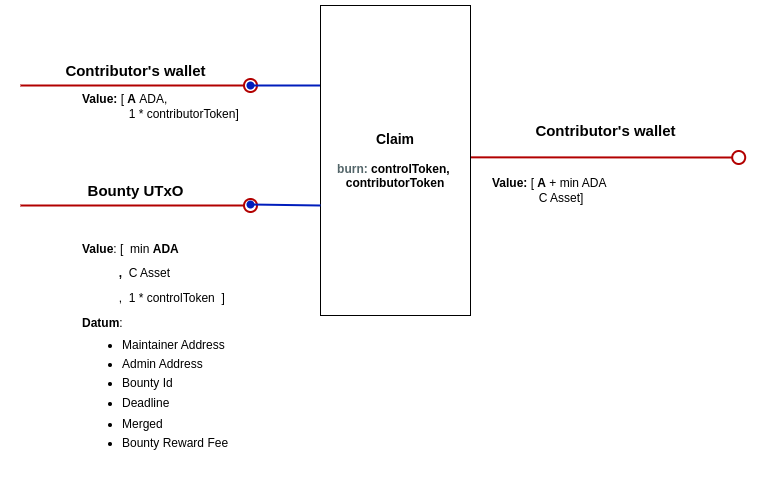
Before: docs/img/claim.png, a diagram exported from draw.io (githoney-io/githoney-smart-contract). Source tidied: cells renumbered, new cells last; positions are measured from the earlier drawing's top-left corner, leaving out a move shared by most shapes. Its diagram source:
```xml
<mxGraphModel>
  <root>
    <mxCell id="0" />
    <mxCell id="1" parent="0" />
    <mxCell id="2" style="endArrow=oval;html=1;rounded=0;strokeWidth=2;fillColor=#e51400;strokeColor=#B20000;startArrow=none;startFill=0;endFill=0;endSize=13;" parent="1" edge="1">
      <mxGeometry relative="1" as="geometry">
        <mxPoint y="80" as="sourcePoint" />
        <mxPoint x="230" y="80" as="targetPoint" />
      </mxGeometry>
    </mxCell>
    <mxCell id="3" style="endArrow=oval;html=1;rounded=0;fillColor=#0050ef;strokeColor=#001DBC;shadow=0;strokeWidth=2;startArrow=none;startFill=0;endFill=1;endSize=6;" parent="1" edge="1">
      <mxGeometry relative="1" as="geometry">
        <mxPoint x="350" y="80" as="sourcePoint" />
        <mxPoint x="230" y="80" as="targetPoint" />
      </mxGeometry>
    </mxCell>
    <mxCell id="4" value="&lt;b&gt;Value: &lt;/b&gt;[&lt;b&gt;&amp;nbsp;A&lt;/b&gt;&amp;nbsp;ADA,&lt;div&gt;&lt;span style=&quot;white-space: pre;&quot;&gt;&#9;&lt;/span&gt;&amp;nbsp; &amp;nbsp; &amp;nbsp; 1 * contributorToken]&lt;/div&gt;" style="text;html=1;strokeColor=none;fillColor=none;align=left;verticalAlign=middle;whiteSpace=wrap;rounded=0;" parent="1" vertex="1">
      <mxGeometry x="60" y="80" width="174" height="41" as="geometry" />
    </mxCell>
    <mxCell id="5" style="endArrow=oval;html=1;rounded=0;strokeWidth=2;fillColor=#e51400;strokeColor=#B20000;startArrow=none;startFill=0;endFill=0;endSize=13;exitX=1.015;exitY=0.384;exitDx=0;exitDy=0;exitPerimeter=0;" parent="1" edge="1">
      <mxGeometry relative="1" as="geometry">
        <mxPoint x="450" y="151.8" as="sourcePoint" />
        <mxPoint x="718.2" y="152" as="targetPoint" />
      </mxGeometry>
    </mxCell>
    <mxCell id="6" value="&lt;font style=&quot;&quot;&gt;&lt;span style=&quot;font-weight: bold; font-size: 14px;&quot;&gt;Claim&lt;br&gt;&lt;/span&gt;&lt;/font&gt;&lt;br&gt;&lt;b&gt;&lt;font color=&quot;#536569&quot;&gt;burn:&amp;nbsp;&lt;/font&gt;controlToken,&amp;nbsp;&lt;br&gt;&lt;/b&gt;&lt;div&gt;&lt;b&gt;contributorToken&lt;/b&gt;&lt;/div&gt;" style="rounded=0;whiteSpace=wrap;html=1;" parent="1" vertex="1">
      <mxGeometry x="300" width="150" height="310" as="geometry" />
    </mxCell>
    <mxCell id="7" value="&lt;font style=&quot;font-size: 15px;&quot;&gt;&lt;b style=&quot;font-size: 12px;&quot;&gt;&lt;font style=&quot;font-size: 15px;&quot;&gt;Contributor's wallet&lt;/font&gt;&lt;/b&gt;&lt;b&gt;&lt;br&gt;&lt;/b&gt;&lt;/font&gt;" style="text;html=1;align=center;verticalAlign=middle;strokeColor=none;fillColor=none;" parent="1" vertex="1">
      <mxGeometry x="35" y="50" width="160" height="30" as="geometry" />
    </mxCell>
    <mxCell id="8" value="&lt;font style=&quot;font-size: 15px;&quot;&gt;&lt;b style=&quot;font-size: 12px;&quot;&gt;&lt;font style=&quot;font-size: 15px;&quot;&gt;Contributor's&lt;/font&gt;&lt;/b&gt;&lt;b style=&quot;font-size: 12px;&quot;&gt;&lt;font style=&quot;font-size: 15px;&quot;&gt;&amp;nbsp;wallet&lt;/font&gt;&lt;/b&gt;&lt;b&gt;&lt;br&gt;&lt;/b&gt;&lt;/font&gt;" style="text;html=1;align=center;verticalAlign=middle;strokeColor=none;fillColor=none;" parent="1" vertex="1">
      <mxGeometry x="505.2" y="110" width="160" height="30" as="geometry" />
    </mxCell>
    <mxCell id="9" style="endArrow=oval;html=1;rounded=0;strokeWidth=2;fillColor=#e51400;strokeColor=#B20000;startArrow=none;startFill=0;endFill=0;endSize=13;" parent="1" edge="1">
      <mxGeometry relative="1" as="geometry">
        <mxPoint y="200" as="sourcePoint" />
        <mxPoint x="230" y="200" as="targetPoint" />
      </mxGeometry>
    </mxCell>
    <mxCell id="10" style="endArrow=oval;html=1;rounded=0;fillColor=#0050ef;strokeColor=#001DBC;shadow=0;strokeWidth=2;startArrow=none;startFill=0;endFill=1;endSize=6;" parent="1" edge="1">
      <mxGeometry relative="1" as="geometry">
        <mxPoint x="300" y="200" as="sourcePoint" />
        <mxPoint x="230" y="199" as="targetPoint" />
      </mxGeometry>
    </mxCell>
    <mxCell id="11" value="&lt;font style=&quot;font-size: 15px;&quot;&gt;&lt;b&gt;Bounty UTxO&lt;/b&gt;&lt;/font&gt;" style="text;html=1;align=center;verticalAlign=middle;strokeColor=none;fillColor=none;" parent="1" vertex="1">
      <mxGeometry x="55" y="170" width="120" height="30" as="geometry" />
    </mxCell>
    <mxCell id="12" value="&lt;p style=&quot;line-height: 100%;&quot;&gt;&lt;b&gt;Value&lt;/b&gt;: [&amp;nbsp; min&lt;b&gt;&amp;nbsp;ADA&lt;/b&gt;&lt;/p&gt;&lt;p style=&quot;line-height: 100%;&quot;&gt;&lt;b&gt;&lt;span style=&quot;white-space: pre;&quot;&gt;&#9;&lt;/span&gt;&amp;nbsp; &amp;nbsp;,&amp;nbsp; &lt;/b&gt;C Asset&lt;br&gt;&lt;/p&gt;&lt;span style=&quot;background-color: initial;&quot;&gt;&amp;nbsp; &amp;nbsp; &amp;nbsp; &amp;nbsp; &amp;nbsp; &amp;nbsp;,&amp;nbsp; 1 * controlToken&lt;/span&gt;&lt;b style=&quot;background-color: initial;&quot;&gt;&amp;nbsp;&amp;nbsp;&lt;/b&gt;&lt;span style=&quot;background-color: initial;&quot;&gt;]&amp;nbsp;&lt;/span&gt;&lt;div&gt;&lt;div&gt;&lt;p style=&quot;line-height: 100%;&quot;&gt;&lt;b&gt;Datum&lt;/b&gt;:&lt;/p&gt;&lt;ul style=&quot;line-height: 80%;&quot;&gt;&lt;li&gt;Maintainer Address&lt;/li&gt;&lt;br&gt;&lt;li&gt;Admin Address&amp;nbsp; &amp;nbsp; &amp;nbsp; &amp;nbsp; &amp;nbsp; &amp;nbsp;&lt;br&gt;&amp;nbsp; &amp;nbsp; &amp;nbsp;&lt;/li&gt;&lt;li&gt;Bounty Id&lt;br&gt;&lt;br&gt;&lt;/li&gt;&lt;li&gt;Deadline&lt;/li&gt;&lt;/ul&gt;&lt;ul style=&quot;line-height: 80%;&quot;&gt;&lt;li&gt;Merged&lt;br&gt;&lt;br&gt;&lt;/li&gt;&lt;li&gt;Bounty Reward Fee&lt;br&gt;&lt;br&gt;&lt;/li&gt;&lt;/ul&gt;&lt;p&gt;&lt;/p&gt;&lt;/div&gt;&lt;/div&gt;" style="text;html=1;strokeColor=none;fillColor=none;align=left;verticalAlign=middle;whiteSpace=wrap;rounded=0;" parent="1" vertex="1">
      <mxGeometry x="60" y="220" width="437.4" height="250" as="geometry" />
    </mxCell>
    <mxCell id="13" value="&lt;b&gt;Value: &lt;/b&gt;[&lt;b&gt;&amp;nbsp;A&lt;/b&gt;&amp;nbsp;+ min ADA&lt;br&gt;&lt;div&gt;&lt;span style=&quot;white-space: pre;&quot;&gt;&#9;&lt;/span&gt;&amp;nbsp; &amp;nbsp; &amp;nbsp; C Asset]&lt;/div&gt;" style="text;html=1;strokeColor=none;fillColor=none;align=left;verticalAlign=middle;whiteSpace=wrap;rounded=0;" parent="1" vertex="1">
      <mxGeometry x="470" y="164.5" width="174" height="41" as="geometry" />
    </mxCell>
  </root>
</mxGraphModel>
```
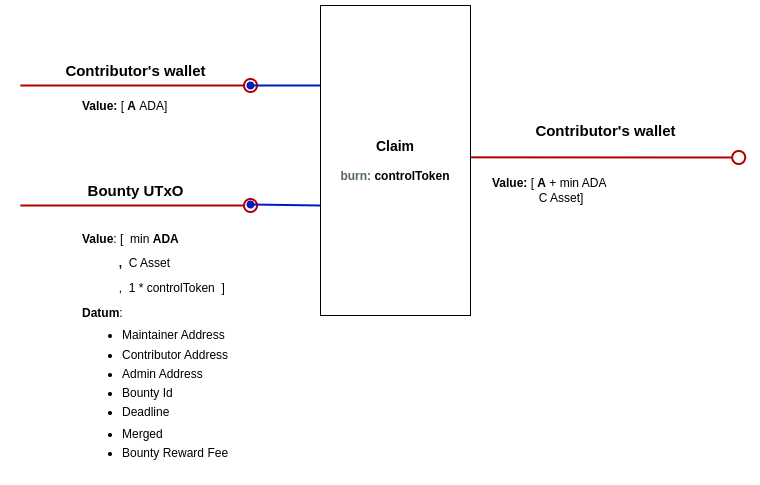
The same file after the commit.

Commit message:
Design with contributor in datum

Diff of the diagram source:
```diff
@@ -14,7 +14,7 @@
         <mxPoint x="230" y="80" as="targetPoint" />
       </mxGeometry>
     </mxCell>
-    <mxCell id="4" value="&lt;b&gt;Value: &lt;/b&gt;[&lt;b&gt;&amp;nbsp;A&lt;/b&gt;&amp;nbsp;ADA,&lt;div&gt;&lt;span style=&quot;white-space: pre;&quot;&gt;&#9;&lt;/span&gt;&amp;nbsp; &amp;nbsp; &amp;nbsp; 1 * contributorToken]&lt;/div&gt;" style="text;html=1;strokeColor=none;fillColor=none;align=left;verticalAlign=middle;whiteSpace=wrap;rounded=0;" parent="1" vertex="1">
+    <mxCell id="4" value="&lt;b&gt;Value: &lt;/b&gt;[&lt;b&gt;&amp;nbsp;A&lt;/b&gt;&amp;nbsp;ADA&lt;span style=&quot;background-color: initial;&quot;&gt;]&lt;/span&gt;" style="text;html=1;strokeColor=none;fillColor=none;align=left;verticalAlign=middle;whiteSpace=wrap;rounded=0;" parent="1" vertex="1">
       <mxGeometry x="60" y="80" width="174" height="41" as="geometry" />
     </mxCell>
     <mxCell id="5" style="endArrow=oval;html=1;rounded=0;strokeWidth=2;fillColor=#e51400;strokeColor=#B20000;startArrow=none;startFill=0;endFill=0;endSize=13;exitX=1.015;exitY=0.384;exitDx=0;exitDy=0;exitPerimeter=0;" parent="1" edge="1">
@@ -23,7 +23,7 @@
         <mxPoint x="718.2" y="152" as="targetPoint" />
       </mxGeometry>
     </mxCell>
-    <mxCell id="6" value="&lt;font style=&quot;&quot;&gt;&lt;span style=&quot;font-weight: bold; font-size: 14px;&quot;&gt;Claim&lt;br&gt;&lt;/span&gt;&lt;/font&gt;&lt;br&gt;&lt;b&gt;&lt;font color=&quot;#536569&quot;&gt;burn:&amp;nbsp;&lt;/font&gt;controlToken,&amp;nbsp;&lt;br&gt;&lt;/b&gt;&lt;div&gt;&lt;b&gt;contributorToken&lt;/b&gt;&lt;/div&gt;" style="rounded=0;whiteSpace=wrap;html=1;" parent="1" vertex="1">
+    <mxCell id="6" value="&lt;font style=&quot;&quot;&gt;&lt;span style=&quot;font-weight: bold; font-size: 14px;&quot;&gt;Claim&lt;br&gt;&lt;/span&gt;&lt;/font&gt;&lt;br&gt;&lt;b&gt;&lt;font color=&quot;#536569&quot;&gt;burn:&amp;nbsp;&lt;/font&gt;controlToken&lt;/b&gt;" style="rounded=0;whiteSpace=wrap;html=1;" parent="1" vertex="1">
       <mxGeometry x="300" width="150" height="310" as="geometry" />
     </mxCell>
     <mxCell id="7" value="&lt;font style=&quot;font-size: 15px;&quot;&gt;&lt;b style=&quot;font-size: 12px;&quot;&gt;&lt;font style=&quot;font-size: 15px;&quot;&gt;Contributor's wallet&lt;/font&gt;&lt;/b&gt;&lt;b&gt;&lt;br&gt;&lt;/b&gt;&lt;/font&gt;" style="text;html=1;align=center;verticalAlign=middle;strokeColor=none;fillColor=none;" parent="1" vertex="1">
@@ -47,7 +47,7 @@
     <mxCell id="11" value="&lt;font style=&quot;font-size: 15px;&quot;&gt;&lt;b&gt;Bounty UTxO&lt;/b&gt;&lt;/font&gt;" style="text;html=1;align=center;verticalAlign=middle;strokeColor=none;fillColor=none;" parent="1" vertex="1">
       <mxGeometry x="55" y="170" width="120" height="30" as="geometry" />
     </mxCell>
-    <mxCell id="12" value="&lt;p style=&quot;line-height: 100%;&quot;&gt;&lt;b&gt;Value&lt;/b&gt;: [&amp;nbsp; min&lt;b&gt;&amp;nbsp;ADA&lt;/b&gt;&lt;/p&gt;&lt;p style=&quot;line-height: 100%;&quot;&gt;&lt;b&gt;&lt;span style=&quot;white-space: pre;&quot;&gt;&#9;&lt;/span&gt;&amp;nbsp; &amp;nbsp;,&amp;nbsp; &lt;/b&gt;C Asset&lt;br&gt;&lt;/p&gt;&lt;span style=&quot;background-color: initial;&quot;&gt;&amp;nbsp; &amp;nbsp; &amp;nbsp; &amp;nbsp; &amp;nbsp; &amp;nbsp;,&amp;nbsp; 1 * controlToken&lt;/span&gt;&lt;b style=&quot;background-color: initial;&quot;&gt;&amp;nbsp;&amp;nbsp;&lt;/b&gt;&lt;span style=&quot;background-color: initial;&quot;&gt;]&amp;nbsp;&lt;/span&gt;&lt;div&gt;&lt;div&gt;&lt;p style=&quot;line-height: 100%;&quot;&gt;&lt;b&gt;Datum&lt;/b&gt;:&lt;/p&gt;&lt;ul style=&quot;line-height: 80%;&quot;&gt;&lt;li&gt;Maintainer Address&lt;/li&gt;&lt;br&gt;&lt;li&gt;Admin Address&amp;nbsp; &amp;nbsp; &amp;nbsp; &amp;nbsp; &amp;nbsp; &amp;nbsp;&lt;br&gt;&amp;nbsp; &amp;nbsp; &amp;nbsp;&lt;/li&gt;&lt;li&gt;Bounty Id&lt;br&gt;&lt;br&gt;&lt;/li&gt;&lt;li&gt;Deadline&lt;/li&gt;&lt;/ul&gt;&lt;ul style=&quot;line-height: 80%;&quot;&gt;&lt;li&gt;Merged&lt;br&gt;&lt;br&gt;&lt;/li&gt;&lt;li&gt;Bounty Reward Fee&lt;br&gt;&lt;br&gt;&lt;/li&gt;&lt;/ul&gt;&lt;p&gt;&lt;/p&gt;&lt;/div&gt;&lt;/div&gt;" style="text;html=1;strokeColor=none;fillColor=none;align=left;verticalAlign=middle;whiteSpace=wrap;rounded=0;" parent="1" vertex="1">
+    <mxCell id="12" value="&lt;p style=&quot;line-height: 100%;&quot;&gt;&lt;b&gt;Value&lt;/b&gt;: [&amp;nbsp; min&lt;b&gt;&amp;nbsp;ADA&lt;/b&gt;&lt;/p&gt;&lt;p style=&quot;line-height: 100%;&quot;&gt;&lt;b&gt;&lt;span style=&quot;white-space: pre;&quot;&gt;&#9;&lt;/span&gt;&amp;nbsp; &amp;nbsp;,&amp;nbsp; &lt;/b&gt;C Asset&lt;br&gt;&lt;/p&gt;&lt;span style=&quot;background-color: initial;&quot;&gt;&amp;nbsp; &amp;nbsp; &amp;nbsp; &amp;nbsp; &amp;nbsp; &amp;nbsp;,&amp;nbsp; 1 * controlToken&lt;/span&gt;&lt;b style=&quot;background-color: initial;&quot;&gt;&amp;nbsp;&amp;nbsp;&lt;/b&gt;&lt;span style=&quot;background-color: initial;&quot;&gt;]&amp;nbsp;&lt;/span&gt;&lt;div&gt;&lt;div&gt;&lt;p style=&quot;line-height: 100%;&quot;&gt;&lt;b&gt;Datum&lt;/b&gt;:&lt;/p&gt;&lt;ul style=&quot;line-height: 80%;&quot;&gt;&lt;li&gt;Maintainer Address&lt;br&gt;&lt;br&gt;&lt;/li&gt;&lt;li&gt;Contributor Address&lt;/li&gt;&lt;br&gt;&lt;li&gt;Admin Address&amp;nbsp; &amp;nbsp; &amp;nbsp; &amp;nbsp; &amp;nbsp; &amp;nbsp;&lt;br&gt;&amp;nbsp; &amp;nbsp; &amp;nbsp;&lt;/li&gt;&lt;li&gt;Bounty Id&lt;br&gt;&lt;br&gt;&lt;/li&gt;&lt;li&gt;Deadline&lt;/li&gt;&lt;/ul&gt;&lt;ul style=&quot;line-height: 80%;&quot;&gt;&lt;li&gt;Merged&lt;br&gt;&lt;br&gt;&lt;/li&gt;&lt;li&gt;Bounty Reward Fee&lt;br&gt;&lt;br&gt;&lt;/li&gt;&lt;/ul&gt;&lt;p&gt;&lt;/p&gt;&lt;/div&gt;&lt;/div&gt;" style="text;html=1;strokeColor=none;fillColor=none;align=left;verticalAlign=middle;whiteSpace=wrap;rounded=0;" parent="1" vertex="1">
       <mxGeometry x="60" y="220" width="437.4" height="250" as="geometry" />
     </mxCell>
     <mxCell id="13" value="&lt;b&gt;Value: &lt;/b&gt;[&lt;b&gt;&amp;nbsp;A&lt;/b&gt;&amp;nbsp;+ min ADA&lt;br&gt;&lt;div&gt;&lt;span style=&quot;white-space: pre;&quot;&gt;&#9;&lt;/span&gt;&amp;nbsp; &amp;nbsp; &amp;nbsp; C Asset]&lt;/div&gt;" style="text;html=1;strokeColor=none;fillColor=none;align=left;verticalAlign=middle;whiteSpace=wrap;rounded=0;" parent="1" vertex="1">
```
